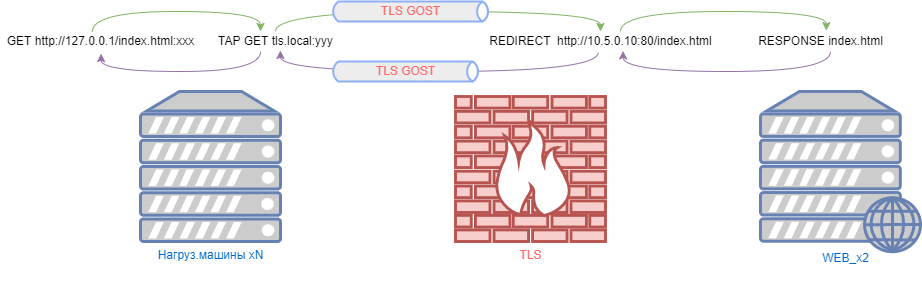
Above: TLS шлюз/assets/interaction.png in l-SK-l/My_testing_projects (draw.io), before the change. Source tidied: cells renumbered, new cells last; positions are measured from the earlier drawing's top-left corner, leaving out a move shared by most shapes.
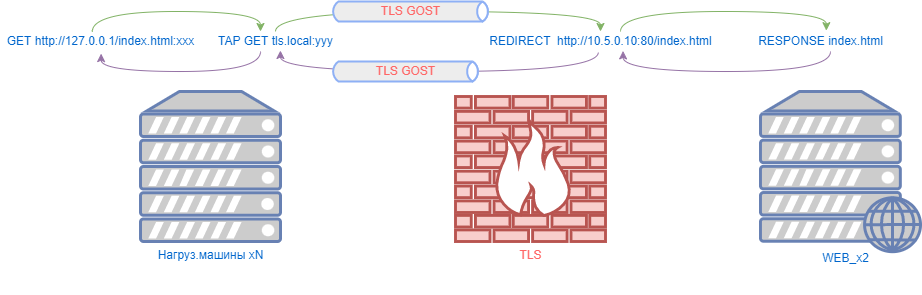
The same diagram one commit later.

The edit, as a diff of the source:
```diff
@@ -16,7 +16,7 @@
         </Array>
       </mxGeometry>
     </mxCell>
-    <mxCell id="5" value="&lt;span&gt;GET http://127.0.0.1/index.html:ххх&lt;/span&gt;" style="text;html=1;align=center;verticalAlign=middle;points=[];strokeColor=none;fillColor=none;" parent="1" vertex="1">
+    <mxCell id="5" value="&lt;span&gt;GET http://127.0.0.1/index.html:ххх&lt;/span&gt;" style="text;html=1;align=center;verticalAlign=middle;points=[];strokeColor=none;fillColor=none;fontColor=#0066CC;" parent="1" vertex="1">
       <mxGeometry y="30" width="200" height="20" as="geometry" />
     </mxCell>
     <mxCell id="6" style="edgeStyle=orthogonalEdgeStyle;curved=1;rounded=0;jettySize=auto;html=1;startArrow=none;startFill=0;endArrow=classic;endFill=1;exitX=0.5;exitY=0;exitDx=0;exitDy=0;exitPerimeter=0;fillColor=#d5e8d4;strokeColor=#82b366;" parent="1" edge="1" source="8" target="11">
@@ -35,7 +35,7 @@
         </Array>
       </mxGeometry>
     </mxCell>
-    <mxCell id="8" value="TAP GET tls.local:yyy" style="text;html=1;align=center;verticalAlign=middle;points=[];strokeColor=none;fillColor=none;" parent="1" vertex="1">
+    <mxCell id="8" value="TAP GET tls.local:yyy" style="text;html=1;align=center;verticalAlign=middle;points=[];strokeColor=none;fillColor=none;fontColor=#0066CC;" parent="1" vertex="1">
       <mxGeometry x="210" y="30" width="130" height="20" as="geometry" />
     </mxCell>
     <mxCell id="9" style="edgeStyle=orthogonalEdgeStyle;curved=1;rounded=0;jettySize=auto;html=1;entryX=0.542;entryY=-0.043;entryDx=0;entryDy=0;entryPerimeter=0;startArrow=none;startFill=0;endArrow=classic;endFill=1;fillColor=#d5e8d4;strokeColor=#82b366;" parent="1" edge="1" source="11" target="13">
@@ -49,7 +49,7 @@
     <mxCell id="10" style="edgeStyle=orthogonalEdgeStyle;curved=1;rounded=0;jettySize=auto;html=1;entryX=0.538;entryY=0.95;entryDx=0;entryDy=0;entryPerimeter=0;startArrow=none;startFill=0;endArrow=classic;endFill=1;exitX=0.491;exitY=1.034;exitDx=0;exitDy=0;exitPerimeter=0;fillColor=#e1d5e7;strokeColor=#9673a6;" parent="1" edge="1" source="11" target="8">
       <mxGeometry relative="1" as="geometry" />
     </mxCell>
-    <mxCell id="11" value="REDIRECT&amp;nbsp;&amp;nbsp;http://10.5.0.10:80/index.html" style="text;html=1;align=center;verticalAlign=middle;points=[];strokeColor=none;fillColor=none;" parent="1" vertex="1">
+    <mxCell id="11" value="REDIRECT&amp;nbsp;&amp;nbsp;http://10.5.0.10:80/index.html" style="text;html=1;align=center;verticalAlign=middle;points=[];strokeColor=none;fillColor=none;fontColor=#0066CC;" parent="1" vertex="1">
       <mxGeometry x="480" y="30" width="240" height="20" as="geometry" />
     </mxCell>
     <mxCell id="12" style="edgeStyle=orthogonalEdgeStyle;curved=1;rounded=0;jettySize=auto;html=1;startArrow=none;startFill=0;endArrow=classic;endFill=1;entryX=0.594;entryY=0.97;entryDx=0;entryDy=0;entryPerimeter=0;fillColor=#e1d5e7;strokeColor=#9673a6;" parent="1" edge="1" source="13" target="11">
@@ -60,7 +60,7 @@
         </Array>
       </mxGeometry>
     </mxCell>
-    <mxCell id="13" value="RESPONSE index.html" style="text;html=1;align=center;verticalAlign=middle;points=[];strokeColor=none;fillColor=none;" parent="1" vertex="1">
+    <mxCell id="13" value="RESPONSE index.html" style="text;html=1;align=center;verticalAlign=middle;points=[];strokeColor=none;fillColor=none;fontColor=#0066CC;" parent="1" vertex="1">
       <mxGeometry x="750" y="30" width="140" height="20" as="geometry" />
     </mxCell>
     <mxCell id="14" value="&lt;font color=&quot;#ff6666&quot;&gt;TLS GOST&lt;/font&gt;" style="html=1;fillColor=#EDEDED;strokeColor=#8EB0F5;gradientColor=none;gradientDirection=north;strokeWidth=2;shape=mxgraph.networks.bus;gradientColor=none;gradientDirection=north;fontColor=#ffffff;perimeter=backbonePerimeter;backboneSize=20;" parent="1" vertex="1">
```
